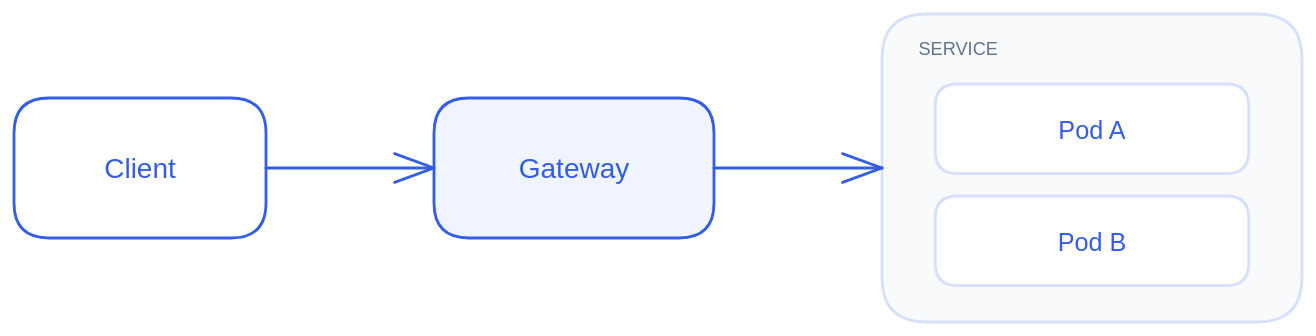
The Excalidraw diagram deck/chapter/04-diagrams/resources/compose-diagram.excalidraw.svg in Miragon/slidev-deck-template, before a commit. Source tidied: one line per element, renumbered; positions are measured from the earlier drawing's top-left corner, leaving out a move shared by most shapes.
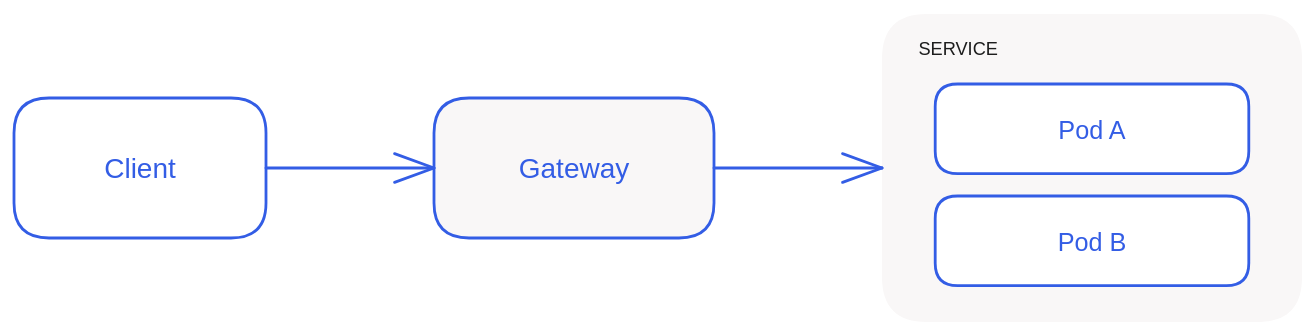
The same diagram one commit later.

The edit, as a diff of the source:
```diff
@@ -1,12 +1,12 @@
 {"id": 0, "type": "rectangle", "strokeColor": "#335DE5", "backgroundColor": "#FFFFFF", "fillStyle": "solid", "strokeWidth": 2, "roughness": 0, "round": true, "x": 0, "y": 60, "width": 180, "height": 100}
 {"id": 1, "type": "text", "text": "Client", "strokeColor": "#335DE5", "strokeWidth": 1, "roughness": 0, "fontSize": 20, "fontFamily": 2, "textAlign": "center", "verticalAlign": "middle", "inside": 0, "x": 0, "y": 99, "width": 180, "height": 25}
-{"id": 2, "type": "rectangle", "strokeColor": "#335DE5", "backgroundColor": "#F0F4FF", "fillStyle": "solid", "strokeWidth": 2, "roughness": 0, "round": true, "x": 300, "y": 60, "width": 200, "height": 100}
+{"id": 2, "type": "rectangle", "strokeColor": "#335DE5", "backgroundColor": "#F9F7F7", "fillStyle": "solid", "strokeWidth": 2, "roughness": 0, "round": true, "x": 300, "y": 60, "width": 200, "height": 100}
 {"id": 3, "type": "text", "text": "Gateway", "strokeColor": "#335DE5", "strokeWidth": 1, "roughness": 0, "fontSize": 20, "fontFamily": 2, "textAlign": "center", "verticalAlign": "middle", "inside": 2, "x": 300, "y": 99, "width": 200, "height": 25}
-{"id": 4, "type": "rectangle", "strokeColor": "#D6E0F8", "backgroundColor": "#F8FAFC", "fillStyle": "solid", "strokeWidth": 2, "roughness": 0, "round": true, "x": 620, "y": 0, "width": 300, "height": 220}
+{"id": 4, "type": "rectangle", "strokeColor": "transparent", "backgroundColor": "#F9F7F7", "fillStyle": "solid", "strokeWidth": 2, "roughness": 0, "round": true, "x": 620, "y": 0, "width": 300, "height": 220}
-{"id": 5, "type": "text", "text": "SERVICE", "strokeColor": "#64748B", "strokeWidth": 1, "roughness": 0, "fontSize": 13, "fontFamily": 2, "x": 646, "y": 18, "width": 90, "height": 18}
+{"id": 5, "type": "text", "text": "SERVICE", "strokeColor": "#1D1D1D", "strokeWidth": 1, "roughness": 0, "fontSize": 13, "fontFamily": 2, "x": 646, "y": 18, "width": 90, "height": 18}
-{"id": 6, "type": "rectangle", "strokeColor": "#D6E0F8", "backgroundColor": "#FFFFFF", "fillStyle": "solid", "strokeWidth": 2, "roughness": 0, "round": true, "x": 658, "y": 50, "width": 224, "height": 64}
+{"id": 6, "type": "rectangle", "strokeColor": "#335DE5", "backgroundColor": "#FFFFFF", "fillStyle": "solid", "strokeWidth": 2, "roughness": 0, "round": true, "x": 658, "y": 50, "width": 224, "height": 64}
 {"id": 7, "type": "text", "text": "Pod A", "strokeColor": "#335DE5", "strokeWidth": 1, "roughness": 0, "fontSize": 18, "fontFamily": 2, "textAlign": "center", "verticalAlign": "middle", "inside": 6, "x": 658, "y": 73, "width": 224, "height": 22}
-{"id": 8, "type": "rectangle", "strokeColor": "#D6E0F8", "backgroundColor": "#FFFFFF", "fillStyle": "solid", "strokeWidth": 2, "roughness": 0, "round": true, "x": 658, "y": 130, "width": 224, "height": 64}
+{"id": 8, "type": "rectangle", "strokeColor": "#335DE5", "backgroundColor": "#FFFFFF", "fillStyle": "solid", "strokeWidth": 2, "roughness": 0, "round": true, "x": 658, "y": 130, "width": 224, "height": 64}
 {"id": 9, "type": "text", "text": "Pod B", "strokeColor": "#335DE5", "strokeWidth": 1, "roughness": 0, "fontSize": 18, "fontFamily": 2, "textAlign": "center", "verticalAlign": "middle", "inside": 8, "x": 658, "y": 153, "width": 224, "height": 22}
 {"id": 10, "type": "arrow", "strokeColor": "#335DE5", "strokeWidth": 2, "roughness": 0, "endArrowhead": "arrow", "from": 0, "to": 2, "x": 180, "y": 110, "width": 120, "height": 0, "points": [[0, 0], [120, 0]]}
 {"id": 11, "type": "arrow", "strokeColor": "#335DE5", "strokeWidth": 2, "roughness": 0, "endArrowhead": "arrow", "from": 2, "to": 4, "x": 500, "y": 110, "width": 120, "height": 0, "points": [[0, 0], [120, 0]]}
```
